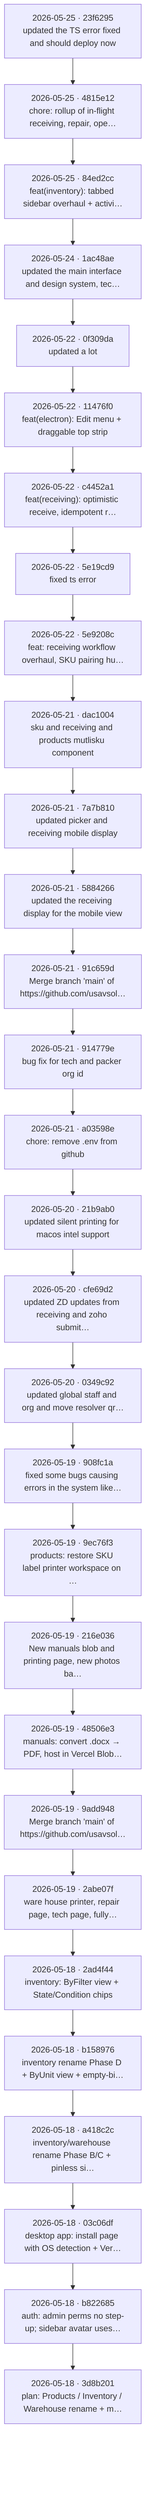
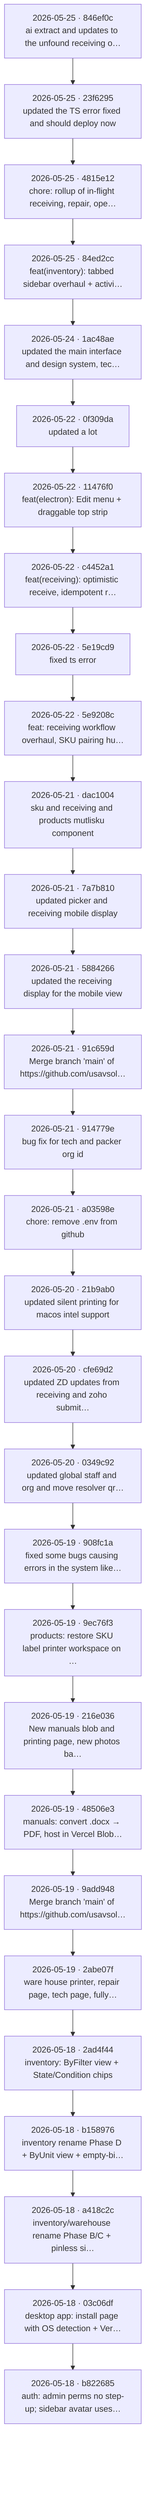
flowchart TB
-   c0["2026-05-25 · 23f6295<br/>updated the TS error fixed and should deploy now"]
-   c1["2026-05-25 · 4815e12<br/>chore: rollup of in-flight receiving, repair, ope…"]
+   c0["2026-05-25 · 846ef0c<br/>ai extract and updates to the unfound receiving o…"]
+   c1["2026-05-25 · 23f6295<br/>updated the TS error fixed and should deploy now"]
  c0 --> c1
-   c2["2026-05-25 · 84ed2cc<br/>feat(inventory): tabbed sidebar overhaul + activi…"]
+   c2["2026-05-25 · 4815e12<br/>chore: rollup of in-flight receiving, repair, ope…"]
  c1 --> c2
-   c3["2026-05-24 · 1ac48ae<br/>updated the main interface and design system, tec…"]
+   c3["2026-05-25 · 84ed2cc<br/>feat(inventory): tabbed sidebar overhaul + activi…"]
  c2 --> c3
-   c4["2026-05-22 · 0f309da<br/>updated a lot"]
+   c4["2026-05-24 · 1ac48ae<br/>updated the main interface and design system, tec…"]
  c3 --> c4
-   c5["2026-05-22 · 11476f0<br/>feat(electron): Edit menu + draggable top strip"]
+   c5["2026-05-22 · 0f309da<br/>updated a lot"]
  c4 --> c5
-   c6["2026-05-22 · c4452a1<br/>feat(receiving): optimistic receive, idempotent r…"]
+   c6["2026-05-22 · 11476f0<br/>feat(electron): Edit menu + draggable top strip"]
  c5 --> c6
-   c7["2026-05-22 · 5e19cd9<br/>fixed ts error"]
+   c7["2026-05-22 · c4452a1<br/>feat(receiving): optimistic receive, idempotent r…"]
  c6 --> c7
-   c8["2026-05-22 · 5e9208c<br/>feat: receiving workflow overhaul, SKU pairing hu…"]
+   c8["2026-05-22 · 5e19cd9<br/>fixed ts error"]
  c7 --> c8
-   c9["2026-05-21 · dac1004<br/>sku and receiving and products mutlisku component"]
+   c9["2026-05-22 · 5e9208c<br/>feat: receiving workflow overhaul, SKU pairing hu…"]
  c8 --> c9
-   c10["2026-05-21 · 7a7b810<br/>updated picker and receiving mobile display"]
+   c10["2026-05-21 · dac1004<br/>sku and receiving and products mutlisku component"]
  c9 --> c10
-   c11["2026-05-21 · 5884266<br/>updated the receiving display for the mobile view"]
+   c11["2026-05-21 · 7a7b810<br/>updated picker and receiving mobile display"]
  c10 --> c11
-   c12["2026-05-21 · 91c659d<br/>Merge branch 'main' of https://github.com/usavsol…"]
+   c12["2026-05-21 · 5884266<br/>updated the receiving display for the mobile view"]
  c11 --> c12
-   c13["2026-05-21 · 914779e<br/>bug fix for tech and packer org id"]
+   c13["2026-05-21 · 91c659d<br/>Merge branch 'main' of https://github.com/usavsol…"]
  c12 --> c13
-   c14["2026-05-21 · a03598e<br/>chore: remove .env from github"]
+   c14["2026-05-21 · 914779e<br/>bug fix for tech and packer org id"]
  c13 --> c14
-   c15["2026-05-20 · 21b9ab0<br/>updated silent printing for macos intel support"]
+   c15["2026-05-21 · a03598e<br/>chore: remove .env from github"]
  c14 --> c15
-   c16["2026-05-20 · cfe69d2<br/>updated ZD updates from receiving and zoho submit…"]
+   c16["2026-05-20 · 21b9ab0<br/>updated silent printing for macos intel support"]
  c15 --> c16
-   c17["2026-05-20 · 0349c92<br/>updated global staff and org and move resolver qr…"]
+   c17["2026-05-20 · cfe69d2<br/>updated ZD updates from receiving and zoho submit…"]
  c16 --> c17
-   c18["2026-05-19 · 908fc1a<br/>fixed some bugs causing errors in the system like…"]
+   c18["2026-05-20 · 0349c92<br/>updated global staff and org and move resolver qr…"]
  c17 --> c18
-   c19["2026-05-19 · 9ec76f3<br/>products: restore SKU label printer workspace on …"]
+   c19["2026-05-19 · 908fc1a<br/>fixed some bugs causing errors in the system like…"]
  c18 --> c19
-   c20["2026-05-19 · 216e036<br/>New manuals blob and printing page, new photos ba…"]
+   c20["2026-05-19 · 9ec76f3<br/>products: restore SKU label printer workspace on …"]
  c19 --> c20
-   c21["2026-05-19 · 48506e3<br/>manuals: convert .docx → PDF, host in Vercel Blob…"]
+   c21["2026-05-19 · 216e036<br/>New manuals blob and printing page, new photos ba…"]
  c20 --> c21
-   c22["2026-05-19 · 9add948<br/>Merge branch 'main' of https://github.com/usavsol…"]
+   c22["2026-05-19 · 48506e3<br/>manuals: convert .docx → PDF, host in Vercel Blob…"]
  c21 --> c22
-   c23["2026-05-19 · 2abe07f<br/>ware house printer, repair page, tech page, fully…"]
+   c23["2026-05-19 · 9add948<br/>Merge branch 'main' of https://github.com/usavsol…"]
  c22 --> c23
-   c24["2026-05-18 · 2ad4f44<br/>inventory: ByFilter view + State/Condition chips"]
+   c24["2026-05-19 · 2abe07f<br/>ware house printer, repair page, tech page, fully…"]
  c23 --> c24
-   c25["2026-05-18 · b158976<br/>inventory rename Phase D + ByUnit view + empty-bi…"]
+   c25["2026-05-18 · 2ad4f44<br/>inventory: ByFilter view + State/Condition chips"]
  c24 --> c25
-   c26["2026-05-18 · a418c2c<br/>inventory/warehouse rename Phase B/C + pinless si…"]
+   c26["2026-05-18 · b158976<br/>inventory rename Phase D + ByUnit view + empty-bi…"]
  c25 --> c26
-   c27["2026-05-18 · 03c06df<br/>desktop app: install page with OS detection + Ver…"]
+   c27["2026-05-18 · a418c2c<br/>inventory/warehouse rename Phase B/C + pinless si…"]
  c26 --> c27
-   c28["2026-05-18 · b822685<br/>auth: admin perms no step-up; sidebar avatar uses…"]
+   c28["2026-05-18 · 03c06df<br/>desktop app: install page with OS detection + Ver…"]
  c27 --> c28
-   c29["2026-05-18 · 3d8b201<br/>plan: Products / Inventory / Warehouse rename + m…"]
+   c29["2026-05-18 · b822685<br/>auth: admin perms no step-up; sidebar avatar uses…"]
  c28 --> c29